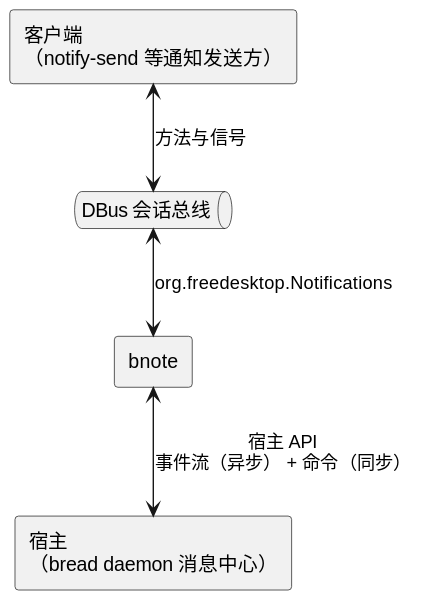
Earlier version of the PlantUML export bnote/diagram/bnote-architecture.svg (54m43lJ/BreadKnife). Source of this version:
```plantuml
@startuml
skinparam componentStyle rectangle

component "客户端\n（notify-send 等通知发送方）" as client
queue "DBus 会话总线" as bus
component "bnote" as lib
component "宿主\n（bread daemon 消息中心）" as host

client <--> bus : 方法与信号
bus <--> lib : org.freedesktop.Notifications
lib <--> host : 宿主 API\n事件流（异步） + 命令（同步）
@enduml
```
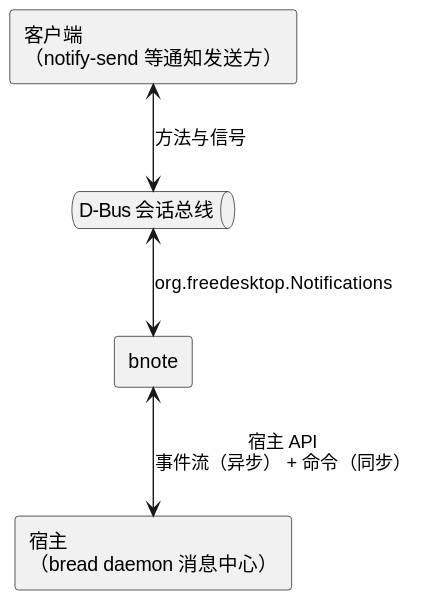
After the commit.

Commit message:
docs(bnote): 完成 GUIDELINES 合规复查与实现备注清理

The edit, as a diff of the source:
```diff
@@ -2,7 +2,7 @@
 skinparam componentStyle rectangle
 
 component "客户端\n（notify-send 等通知发送方）" as client
-queue "DBus 会话总线" as bus
+queue "D-Bus 会话总线" as bus
 component "bnote" as lib
 component "宿主\n（bread daemon 消息中心）" as host
 
```
